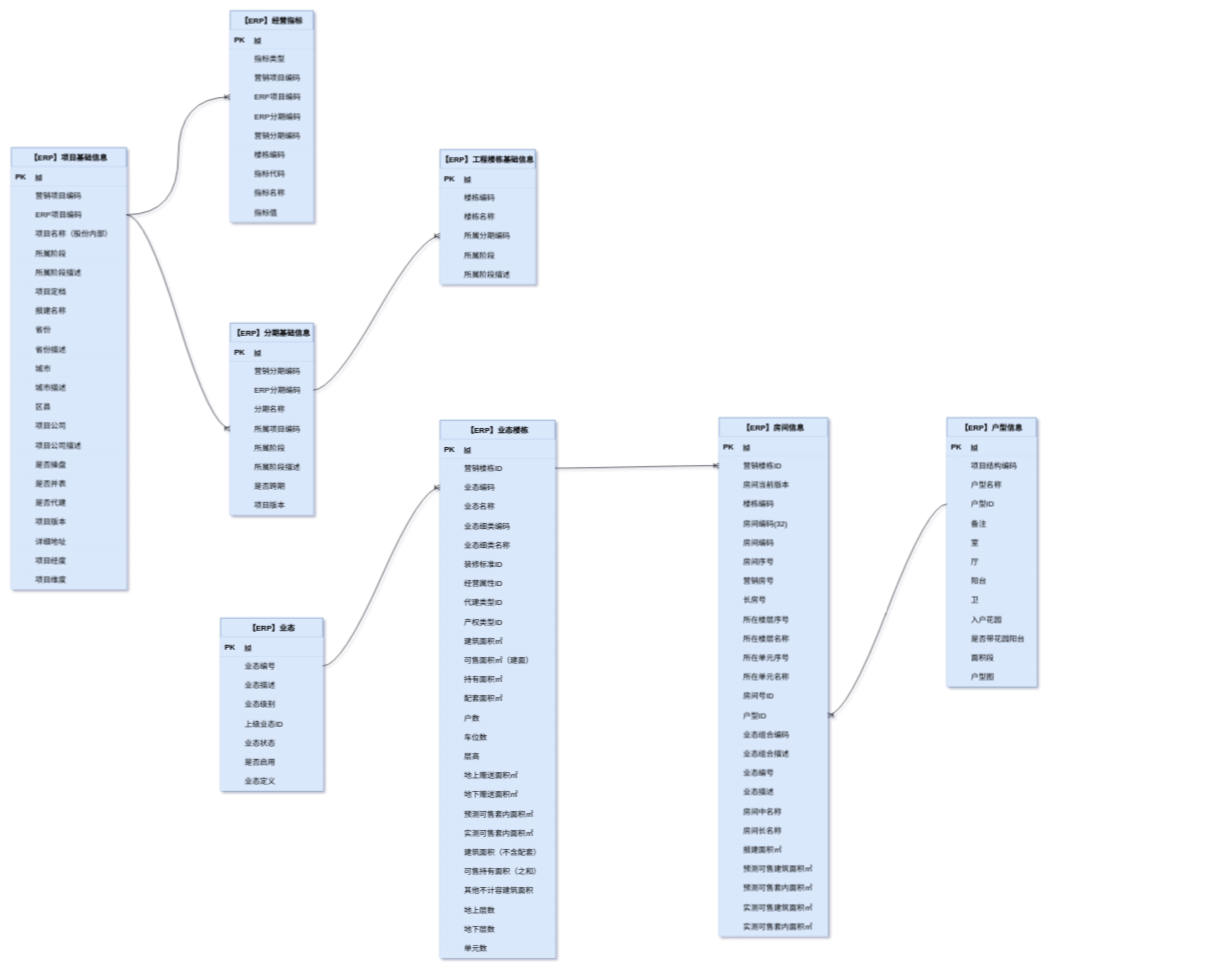
Earlier version of the draw.io diagram page "E-R图V2" (2 of 3) of 项目中心.drawio (juesuchen/diagrams). Source tidied: cells renumbered, new cells numbered last; positions are measured from the earlier drawing's top-left corner, leaving out a move shared by most shapes. Both pictures are drawn from the tidied source at 64%, with x=0, y=0 at pixel (11, 10).
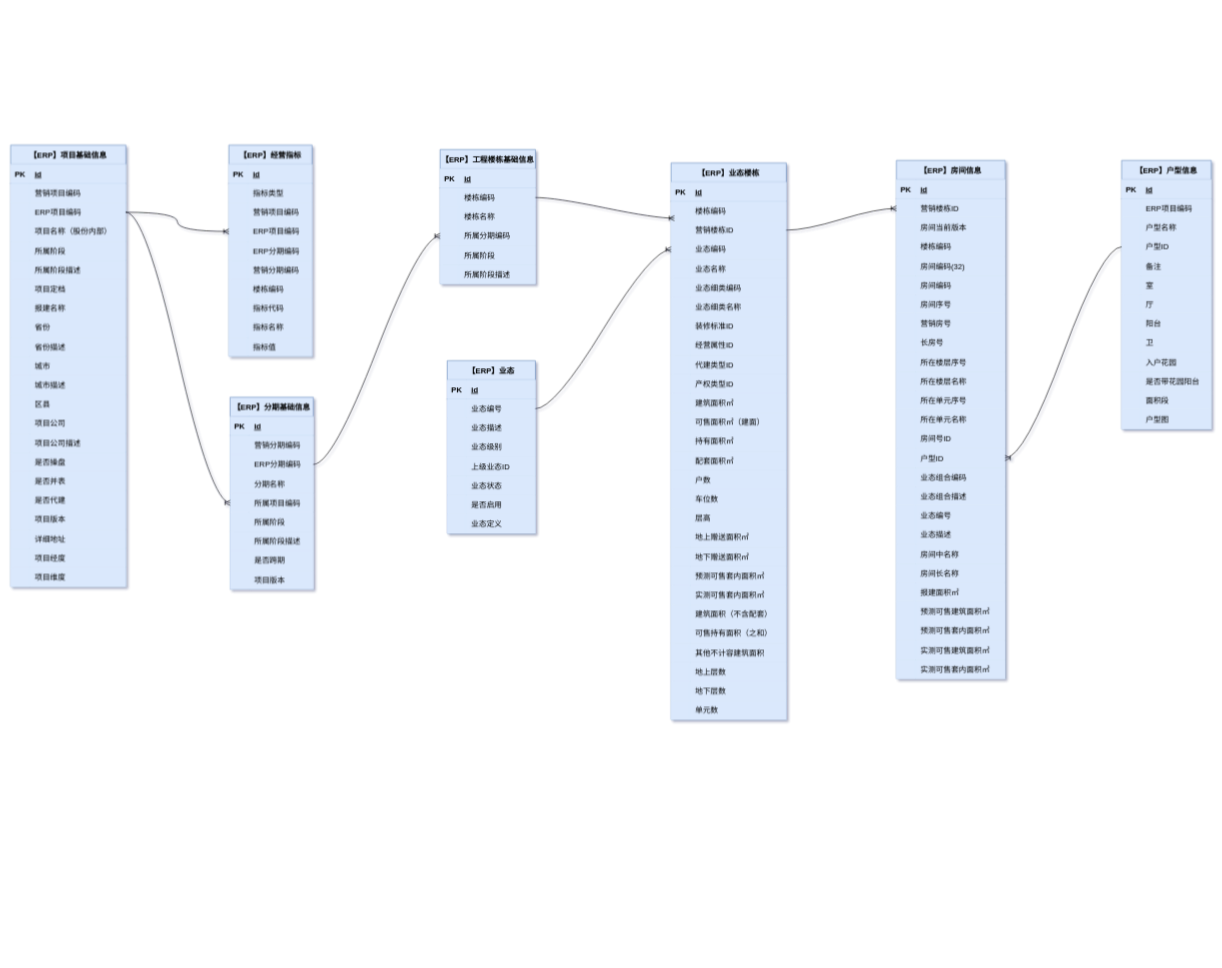
The same page after the edit.

Commit message:
更新项目中心.drawio

Unchanged cells that the change refers to:
```xml
<mxCell id="157" style="shape=tableRow;horizontal=0;startSize=0;swimlaneHead=0;swimlaneBody=0;fillColor=#dae8fc;points=[[0,0.5],[1,0.5]];portConstraint=eastwest;strokeColor=#6c8ebf;top=0;left=0;right=0;bottom=0;" parent="153" vertex="1">
  <mxGeometry y="60" width="149" height="30" as="geometry" />
</mxCell>
<mxCell id="337" style="shape=tableRow;horizontal=0;startSize=0;swimlaneHead=0;swimlaneBody=0;fillColor=#dae8fc;strokeColor=#6c8ebf;top=0;left=0;right=0;bottom=0;" parent="333" vertex="1">
  <mxGeometry y="60" width="140" height="30" as="geometry" />
</mxCell>
```

Change to the diagram source:
```diff
@@
     <mxCell id="2" value="【ERP】业态" style="shape=table;startSize=30;childLayout=tableLayout;rowLines=0;fontStyle=1;align=center;fillColor=#dae8fc;strokeColor=#6c8ebf;" parent="1" vertex="1">
-      <mxGeometry x="327" y="949" width="160" height="270" as="geometry" />
+      <mxGeometry x="681.2" y="547" width="137.8" height="270" as="geometry" />
     </mxCell>
     <mxCell id="3" style="shape=tableRow;horizontal=0;startSize=0;swimlaneHead=0;swimlaneBody=0;fillColor=#dae8fc;strokeColor=#6c8ebf;top=0;left=0;right=0;bottom=1;" parent="2" vertex="1">
-      <mxGeometry y="30" width="160" height="30" as="geometry" />
+      <mxGeometry y="30" width="137.8" height="30" as="geometry" />
     </mxCell>
@@
     <mxCell id="5" value="id" style="shape=partialRectangle;overflow=hidden;fillColor=#dae8fc;align=left;strokeColor=#6c8ebf;top=0;left=0;bottom=0;right=0;spacingLeft=6;fontStyle=5;" parent="3" vertex="1">
-      <mxGeometry x="30" width="130" height="30" as="geometry" />
+      <mxGeometry x="30" width="107.8" height="30" as="geometry" />
     </mxCell>
     <mxCell id="6" style="shape=tableRow;horizontal=0;startSize=0;swimlaneHead=0;swimlaneBody=0;fillColor=#dae8fc;points=[[0,0.5],[1,0.5]];portConstraint=eastwest;strokeColor=#6c8ebf;top=0;left=0;right=0;bottom=0;" parent="2" vertex="1">
-      <mxGeometry y="60" width="160" height="30" as="geometry" />
+      <mxGeometry y="60" width="137.8" height="30" as="geometry" />
     </mxCell>
@@
     <mxCell id="8" value="业态编号" style="shape=partialRectangle;overflow=hidden;fillColor=#dae8fc;align=left;strokeColor=#6c8ebf;top=0;left=0;bottom=0;right=0;spacingLeft=6;" parent="6" vertex="1">
-      <mxGeometry x="30" width="130" height="30" as="geometry" />
+      <mxGeometry x="30" width="107.8" height="30" as="geometry" />
     </mxCell>
     <mxCell id="9" style="shape=tableRow;horizontal=0;startSize=0;swimlaneHead=0;swimlaneBody=0;fillColor=#dae8fc;strokeColor=#6c8ebf;top=0;left=0;right=0;bottom=0;" parent="2" vertex="1">
-      <mxGeometry y="90" width="160" height="30" as="geometry" />
+      <mxGeometry y="90" width="137.8" height="30" as="geometry" />
     </mxCell>
@@
     <mxCell id="11" value="业态描述" style="shape=partialRectangle;overflow=hidden;fillColor=#dae8fc;align=left;strokeColor=#6c8ebf;top=0;left=0;bottom=0;right=0;spacingLeft=6;" parent="9" vertex="1">
-      <mxGeometry x="30" width="130" height="30" as="geometry" />
+      <mxGeometry x="30" width="107.8" height="30" as="geometry" />
     </mxCell>
     <mxCell id="12" style="shape=tableRow;horizontal=0;startSize=0;swimlaneHead=0;swimlaneBody=0;fillColor=#dae8fc;strokeColor=#6c8ebf;top=0;left=0;right=0;bottom=0;" parent="2" vertex="1">
-      <mxGeometry y="120" width="160" height="30" as="geometry" />
+      <mxGeometry y="120" width="137.8" height="30" as="geometry" />
     </mxCell>
@@
     <mxCell id="14" value="业态级别" style="shape=partialRectangle;overflow=hidden;fillColor=#dae8fc;align=left;strokeColor=#6c8ebf;top=0;left=0;bottom=0;right=0;spacingLeft=6;" parent="12" vertex="1">
-      <mxGeometry x="30" width="130" height="30" as="geometry" />
+      <mxGeometry x="30" width="107.8" height="30" as="geometry" />
     </mxCell>
     <mxCell id="15" style="shape=tableRow;horizontal=0;startSize=0;swimlaneHead=0;swimlaneBody=0;fillColor=#dae8fc;strokeColor=#6c8ebf;top=0;left=0;right=0;bottom=0;" parent="2" vertex="1">
-      <mxGeometry y="150" width="160" height="30" as="geometry" />
+      <mxGeometry y="150" width="137.8" height="30" as="geometry" />
     </mxCell>
@@
     <mxCell id="17" value="上级业态ID" style="shape=partialRectangle;overflow=hidden;fillColor=#dae8fc;align=left;strokeColor=#6c8ebf;top=0;left=0;bottom=0;right=0;spacingLeft=6;" parent="15" vertex="1">
-      <mxGeometry x="30" width="130" height="30" as="geometry" />
+      <mxGeometry x="30" width="107.8" height="30" as="geometry" />
     </mxCell>
     <mxCell id="18" style="shape=tableRow;horizontal=0;startSize=0;swimlaneHead=0;swimlaneBody=0;fillColor=#dae8fc;strokeColor=#6c8ebf;top=0;left=0;right=0;bottom=0;" parent="2" vertex="1">
-      <mxGeometry y="180" width="160" height="30" as="geometry" />
+      <mxGeometry y="180" width="137.8" height="30" as="geometry" />
     </mxCell>
@@
     <mxCell id="20" value="业态状态" style="shape=partialRectangle;overflow=hidden;fillColor=#dae8fc;align=left;strokeColor=#6c8ebf;top=0;left=0;bottom=0;right=0;spacingLeft=6;" parent="18" vertex="1">
-      <mxGeometry x="30" width="130" height="30" as="geometry" />
+      <mxGeometry x="30" width="107.8" height="30" as="geometry" />
     </mxCell>
     <mxCell id="21" style="shape=tableRow;horizontal=0;startSize=0;swimlaneHead=0;swimlaneBody=0;fillColor=#dae8fc;strokeColor=#6c8ebf;top=0;left=0;right=0;bottom=0;" parent="2" vertex="1">
-      <mxGeometry y="210" width="160" height="30" as="geometry" />
+      <mxGeometry y="210" width="137.8" height="30" as="geometry" />
     </mxCell>
@@
     <mxCell id="23" value="是否启用" style="shape=partialRectangle;overflow=hidden;fillColor=#dae8fc;align=left;strokeColor=#6c8ebf;top=0;left=0;bottom=0;right=0;spacingLeft=6;" parent="21" vertex="1">
-      <mxGeometry x="30" width="130" height="30" as="geometry" />
+      <mxGeometry x="30" width="107.8" height="30" as="geometry" />
     </mxCell>
     <mxCell id="24" style="shape=tableRow;horizontal=0;startSize=0;swimlaneHead=0;swimlaneBody=0;fillColor=#dae8fc;strokeColor=#6c8ebf;top=0;left=0;right=0;bottom=0;" parent="2" vertex="1">
-      <mxGeometry y="240" width="160" height="30" as="geometry" />
+      <mxGeometry y="240" width="137.8" height="30" as="geometry" />
     </mxCell>
@@
     <mxCell id="26" value="业态定义" style="shape=partialRectangle;overflow=hidden;fillColor=#dae8fc;align=left;strokeColor=#6c8ebf;top=0;left=0;bottom=0;right=0;spacingLeft=6;" parent="24" vertex="1">
-      <mxGeometry x="30" width="130" height="30" as="geometry" />
+      <mxGeometry x="30" width="107.8" height="30" as="geometry" />
     </mxCell>
     <mxCell id="27" value="【ERP】项目基础信息" style="shape=table;startSize=30;childLayout=tableLayout;rowLines=0;fontStyle=1;align=center;fillColor=#dae8fc;strokeColor=#6c8ebf;" parent="1" vertex="1">
-      <mxGeometry y="214" width="180" height="690" as="geometry" />
+      <mxGeometry x="-1" y="210" width="180" height="690" as="geometry" />
     </mxCell>
@@
     <mxCell id="94" value="【ERP】经营指标" style="shape=table;startSize=30;childLayout=tableLayout;rowLines=0;fontStyle=1;align=center;fillColor=#dae8fc;strokeColor=#6c8ebf;" parent="1" vertex="1">
-      <mxGeometry x="342" width="130" height="330" as="geometry" />
+      <mxGeometry x="340" y="210" width="130" height="330" as="geometry" />
     </mxCell>
@@
     <mxCell id="125" value="【ERP】分期基础信息" style="shape=table;startSize=30;childLayout=tableLayout;rowLines=0;fontStyle=1;align=center;fillColor=#dae8fc;strokeColor=#6c8ebf;" parent="1" vertex="1">
-      <mxGeometry x="342" y="488" width="130" height="300" as="geometry" />
+      <mxGeometry x="342" y="604" width="130" height="300" as="geometry" />
     </mxCell>
@@
     <mxCell id="172" value="【ERP】业态楼栋" style="shape=table;startSize=30;childLayout=tableLayout;rowLines=0;fontStyle=1;align=center;fillColor=#dae8fc;strokeColor=#6c8ebf;" parent="1" vertex="1">
-      <mxGeometry x="670" y="640" width="180" height="840" as="geometry" />
+      <mxGeometry x="1031" y="238" width="180" height="870" as="geometry" />
     </mxCell>
@@
+    <mxCell id="379" style="shape=tableRow;horizontal=0;startSize=0;swimlaneHead=0;swimlaneBody=0;fillColor=#dae8fc;points=[[0,0.5],[1,0.5]];portConstraint=eastwest;strokeColor=#6c8ebf;top=0;left=0;right=0;bottom=0;" parent="172" vertex="1">
+      <mxGeometry y="60" width="180" height="30" as="geometry" />
+    </mxCell>
+    <mxCell id="380" style="shape=partialRectangle;overflow=hidden;fillColor=#dae8fc;strokeColor=#6c8ebf;top=0;left=0;bottom=0;right=0;" parent="379" vertex="1">
+      <mxGeometry width="30" height="30" as="geometry" />
+    </mxCell>
+    <mxCell id="381" value="楼栋编码" style="shape=partialRectangle;overflow=hidden;fillColor=#dae8fc;align=left;strokeColor=#6c8ebf;top=0;left=0;bottom=0;right=0;spacingLeft=6;" parent="379" vertex="1">
+      <mxGeometry x="30" width="150" height="30" as="geometry" />
+    </mxCell>
     <mxCell id="176" style="shape=tableRow;horizontal=0;startSize=0;swimlaneHead=0;swimlaneBody=0;fillColor=#dae8fc;points=[[0,0.5],[1,0.5]];portConstraint=eastwest;strokeColor=#6c8ebf;top=0;left=0;right=0;bottom=0;" parent="172" vertex="1">
-      <mxGeometry y="60" width="180" height="30" as="geometry" />
+      <mxGeometry y="90" width="180" height="30" as="geometry" />
     </mxCell>
@@
     <mxCell id="179" style="shape=tableRow;horizontal=0;startSize=0;swimlaneHead=0;swimlaneBody=0;fillColor=#dae8fc;points=[[0,0.5],[1,0.5]];portConstraint=eastwest;strokeColor=#6c8ebf;top=0;left=0;right=0;bottom=0;" parent="172" vertex="1">
-      <mxGeometry y="90" width="180" height="30" as="geometry" />
+      <mxGeometry y="120" width="180" height="30" as="geometry" />
     </mxCell>
@@
     <mxCell id="182" style="shape=tableRow;horizontal=0;startSize=0;swimlaneHead=0;swimlaneBody=0;fillColor=#dae8fc;strokeColor=#6c8ebf;top=0;left=0;right=0;bottom=0;" parent="172" vertex="1">
-      <mxGeometry y="120" width="180" height="30" as="geometry" />
+      <mxGeometry y="150" width="180" height="30" as="geometry" />
     </mxCell>
@@
     <mxCell id="185" style="shape=tableRow;horizontal=0;startSize=0;swimlaneHead=0;swimlaneBody=0;fillColor=#dae8fc;strokeColor=#6c8ebf;top=0;left=0;right=0;bottom=0;" parent="172" vertex="1">
-      <mxGeometry y="150" width="180" height="30" as="geometry" />
+      <mxGeometry y="180" width="180" height="30" as="geometry" />
     </mxCell>
@@
     <mxCell id="188" style="shape=tableRow;horizontal=0;startSize=0;swimlaneHead=0;swimlaneBody=0;fillColor=#dae8fc;strokeColor=#6c8ebf;top=0;left=0;right=0;bottom=0;" parent="172" vertex="1">
-      <mxGeometry y="180" width="180" height="30" as="geometry" />
+      <mxGeometry y="210" width="180" height="30" as="geometry" />
     </mxCell>
@@
     <mxCell id="191" style="shape=tableRow;horizontal=0;startSize=0;swimlaneHead=0;swimlaneBody=0;fillColor=#dae8fc;strokeColor=#6c8ebf;top=0;left=0;right=0;bottom=0;" parent="172" vertex="1">
-      <mxGeometry y="210" width="180" height="30" as="geometry" />
+      <mxGeometry y="240" width="180" height="30" as="geometry" />
     </mxCell>
@@
     <mxCell id="194" style="shape=tableRow;horizontal=0;startSize=0;swimlaneHead=0;swimlaneBody=0;fillColor=#dae8fc;strokeColor=#6c8ebf;top=0;left=0;right=0;bottom=0;" parent="172" vertex="1">
-      <mxGeometry y="240" width="180" height="30" as="geometry" />
+      <mxGeometry y="270" width="180" height="30" as="geometry" />
     </mxCell>
@@
     <mxCell id="197" style="shape=tableRow;horizontal=0;startSize=0;swimlaneHead=0;swimlaneBody=0;fillColor=#dae8fc;strokeColor=#6c8ebf;top=0;left=0;right=0;bottom=0;" parent="172" vertex="1">
-      <mxGeometry y="270" width="180" height="30" as="geometry" />
+      <mxGeometry y="300" width="180" height="30" as="geometry" />
     </mxCell>
@@
     <mxCell id="200" style="shape=tableRow;horizontal=0;startSize=0;swimlaneHead=0;swimlaneBody=0;fillColor=#dae8fc;strokeColor=#6c8ebf;top=0;left=0;right=0;bottom=0;" parent="172" vertex="1">
-      <mxGeometry y="300" width="180" height="30" as="geometry" />
+      <mxGeometry y="330" width="180" height="30" as="geometry" />
     </mxCell>
@@
     <mxCell id="203" style="shape=tableRow;horizontal=0;startSize=0;swimlaneHead=0;swimlaneBody=0;fillColor=#dae8fc;strokeColor=#6c8ebf;top=0;left=0;right=0;bottom=0;" parent="172" vertex="1">
-      <mxGeometry y="330" width="180" height="30" as="geometry" />
+      <mxGeometry y="360" width="180" height="30" as="geometry" />
     </mxCell>
@@
     <mxCell id="206" style="shape=tableRow;horizontal=0;startSize=0;swimlaneHead=0;swimlaneBody=0;fillColor=#dae8fc;strokeColor=#6c8ebf;top=0;left=0;right=0;bottom=0;" parent="172" vertex="1">
-      <mxGeometry y="360" width="180" height="30" as="geometry" />
+      <mxGeometry y="390" width="180" height="30" as="geometry" />
     </mxCell>
@@
     <mxCell id="209" style="shape=tableRow;horizontal=0;startSize=0;swimlaneHead=0;swimlaneBody=0;fillColor=#dae8fc;strokeColor=#6c8ebf;top=0;left=0;right=0;bottom=0;" parent="172" vertex="1">
-      <mxGeometry y="390" width="180" height="30" as="geometry" />
+      <mxGeometry y="420" width="180" height="30" as="geometry" />
     </mxCell>
@@
     <mxCell id="212" style="shape=tableRow;horizontal=0;startSize=0;swimlaneHead=0;swimlaneBody=0;fillColor=#dae8fc;strokeColor=#6c8ebf;top=0;left=0;right=0;bottom=0;" parent="172" vertex="1">
-      <mxGeometry y="420" width="180" height="30" as="geometry" />
+      <mxGeometry y="450" width="180" height="30" as="geometry" />
     </mxCell>
@@
     <mxCell id="215" style="shape=tableRow;horizontal=0;startSize=0;swimlaneHead=0;swimlaneBody=0;fillColor=#dae8fc;strokeColor=#6c8ebf;top=0;left=0;right=0;bottom=0;" parent="172" vertex="1">
-      <mxGeometry y="450" width="180" height="30" as="geometry" />
+      <mxGeometry y="480" width="180" height="30" as="geometry" />
     </mxCell>
@@
     <mxCell id="218" style="shape=tableRow;horizontal=0;startSize=0;swimlaneHead=0;swimlaneBody=0;fillColor=#dae8fc;strokeColor=#6c8ebf;top=0;left=0;right=0;bottom=0;" parent="172" vertex="1">
-      <mxGeometry y="480" width="180" height="30" as="geometry" />
+      <mxGeometry y="510" width="180" height="30" as="geometry" />
     </mxCell>
@@
     <mxCell id="221" style="shape=tableRow;horizontal=0;startSize=0;swimlaneHead=0;swimlaneBody=0;fillColor=#dae8fc;strokeColor=#6c8ebf;top=0;left=0;right=0;bottom=0;" parent="172" vertex="1">
-      <mxGeometry y="510" width="180" height="30" as="geometry" />
+      <mxGeometry y="540" width="180" height="30" as="geometry" />
     </mxCell>
@@
     <mxCell id="224" style="shape=tableRow;horizontal=0;startSize=0;swimlaneHead=0;swimlaneBody=0;fillColor=#dae8fc;strokeColor=#6c8ebf;top=0;left=0;right=0;bottom=0;" parent="172" vertex="1">
-      <mxGeometry y="540" width="180" height="30" as="geometry" />
+      <mxGeometry y="570" width="180" height="30" as="geometry" />
     </mxCell>
@@
     <mxCell id="227" style="shape=tableRow;horizontal=0;startSize=0;swimlaneHead=0;swimlaneBody=0;fillColor=#dae8fc;strokeColor=#6c8ebf;top=0;left=0;right=0;bottom=0;" parent="172" vertex="1">
-      <mxGeometry y="570" width="180" height="30" as="geometry" />
+      <mxGeometry y="600" width="180" height="30" as="geometry" />
     </mxCell>
@@
     <mxCell id="230" style="shape=tableRow;horizontal=0;startSize=0;swimlaneHead=0;swimlaneBody=0;fillColor=#dae8fc;strokeColor=#6c8ebf;top=0;left=0;right=0;bottom=0;" parent="172" vertex="1">
-      <mxGeometry y="600" width="180" height="30" as="geometry" />
+      <mxGeometry y="630" width="180" height="30" as="geometry" />
     </mxCell>
@@
     <mxCell id="233" style="shape=tableRow;horizontal=0;startSize=0;swimlaneHead=0;swimlaneBody=0;fillColor=#dae8fc;strokeColor=#6c8ebf;top=0;left=0;right=0;bottom=0;" parent="172" vertex="1">
-      <mxGeometry y="630" width="180" height="30" as="geometry" />
+      <mxGeometry y="660" width="180" height="30" as="geometry" />
     </mxCell>
@@
     <mxCell id="236" style="shape=tableRow;horizontal=0;startSize=0;swimlaneHead=0;swimlaneBody=0;fillColor=#dae8fc;strokeColor=#6c8ebf;top=0;left=0;right=0;bottom=0;" parent="172" vertex="1">
-      <mxGeometry y="660" width="180" height="30" as="geometry" />
+      <mxGeometry y="690" width="180" height="30" as="geometry" />
     </mxCell>
@@
     <mxCell id="239" style="shape=tableRow;horizontal=0;startSize=0;swimlaneHead=0;swimlaneBody=0;fillColor=#dae8fc;strokeColor=#6c8ebf;top=0;left=0;right=0;bottom=0;" parent="172" vertex="1">
-      <mxGeometry y="690" width="180" height="30" as="geometry" />
+      <mxGeometry y="720" width="180" height="30" as="geometry" />
     </mxCell>
@@
     <mxCell id="242" style="shape=tableRow;horizontal=0;startSize=0;swimlaneHead=0;swimlaneBody=0;fillColor=#dae8fc;strokeColor=#6c8ebf;top=0;left=0;right=0;bottom=0;" parent="172" vertex="1">
-      <mxGeometry y="720" width="180" height="30" as="geometry" />
+      <mxGeometry y="750" width="180" height="30" as="geometry" />
     </mxCell>
@@
     <mxCell id="245" style="shape=tableRow;horizontal=0;startSize=0;swimlaneHead=0;swimlaneBody=0;fillColor=#dae8fc;strokeColor=#6c8ebf;top=0;left=0;right=0;bottom=0;" parent="172" vertex="1">
-      <mxGeometry y="750" width="180" height="30" as="geometry" />
+      <mxGeometry y="780" width="180" height="30" as="geometry" />
     </mxCell>
@@
     <mxCell id="248" style="shape=tableRow;horizontal=0;startSize=0;swimlaneHead=0;swimlaneBody=0;fillColor=#dae8fc;strokeColor=#6c8ebf;top=0;left=0;right=0;bottom=0;" parent="172" vertex="1">
-      <mxGeometry y="780" width="180" height="30" as="geometry" />
+      <mxGeometry y="810" width="180" height="30" as="geometry" />
     </mxCell>
@@
     <mxCell id="251" style="shape=tableRow;horizontal=0;startSize=0;swimlaneHead=0;swimlaneBody=0;fillColor=#dae8fc;strokeColor=#6c8ebf;top=0;left=0;right=0;bottom=0;" parent="172" vertex="1">
-      <mxGeometry y="810" width="180" height="30" as="geometry" />
+      <mxGeometry y="840" width="180" height="30" as="geometry" />
     </mxCell>
@@
     <mxCell id="254" value="【ERP】房间信息" style="shape=table;startSize=30;childLayout=tableLayout;rowLines=0;fontStyle=1;align=center;fillColor=#dae8fc;strokeColor=#6c8ebf;" parent="1" vertex="1">
-      <mxGeometry x="1106" y="636" width="170" height="810" as="geometry" />
+      <mxGeometry x="1383" y="234" width="170" height="810" as="geometry" />
     </mxCell>
@@
     <mxCell id="333" value="【ERP】户型信息" style="shape=table;startSize=30;childLayout=tableLayout;rowLines=0;fontStyle=1;align=center;fillColor=#dae8fc;strokeColor=#6c8ebf;" parent="1" vertex="1">
-      <mxGeometry x="1462" y="636" width="140" height="420" as="geometry" />
+      <mxGeometry x="1735" y="234" width="140" height="420" as="geometry" />
     </mxCell>
@@
-    <mxCell id="339" value="项目结构编码" style="shape=partialRectangle;overflow=hidden;fillColor=#dae8fc;align=left;strokeColor=#6c8ebf;top=0;left=0;bottom=0;right=0;spacingLeft=6;" parent="337" vertex="1">
+    <mxCell id="339" value="ERP项目编码" style="shape=partialRectangle;overflow=hidden;fillColor=#dae8fc;align=left;strokeColor=#6c8ebf;top=0;left=0;bottom=0;right=0;spacingLeft=6;" parent="337" vertex="1">
       <mxGeometry x="30" width="110" height="30" as="geometry" />
     </mxCell>
@@
+    <mxCell id="382" style="edgeStyle=entityRelationEdgeStyle;fontSize=12;html=1;endArrow=ERoneToMany;rounded=0;curved=1;entryX=0.028;entryY=0.878;entryDx=0;entryDy=0;entryPerimeter=0;" parent="1" edge="1" source="157" target="379">
+      <mxGeometry relative="1" as="geometry" />
+    </mxCell>
```
